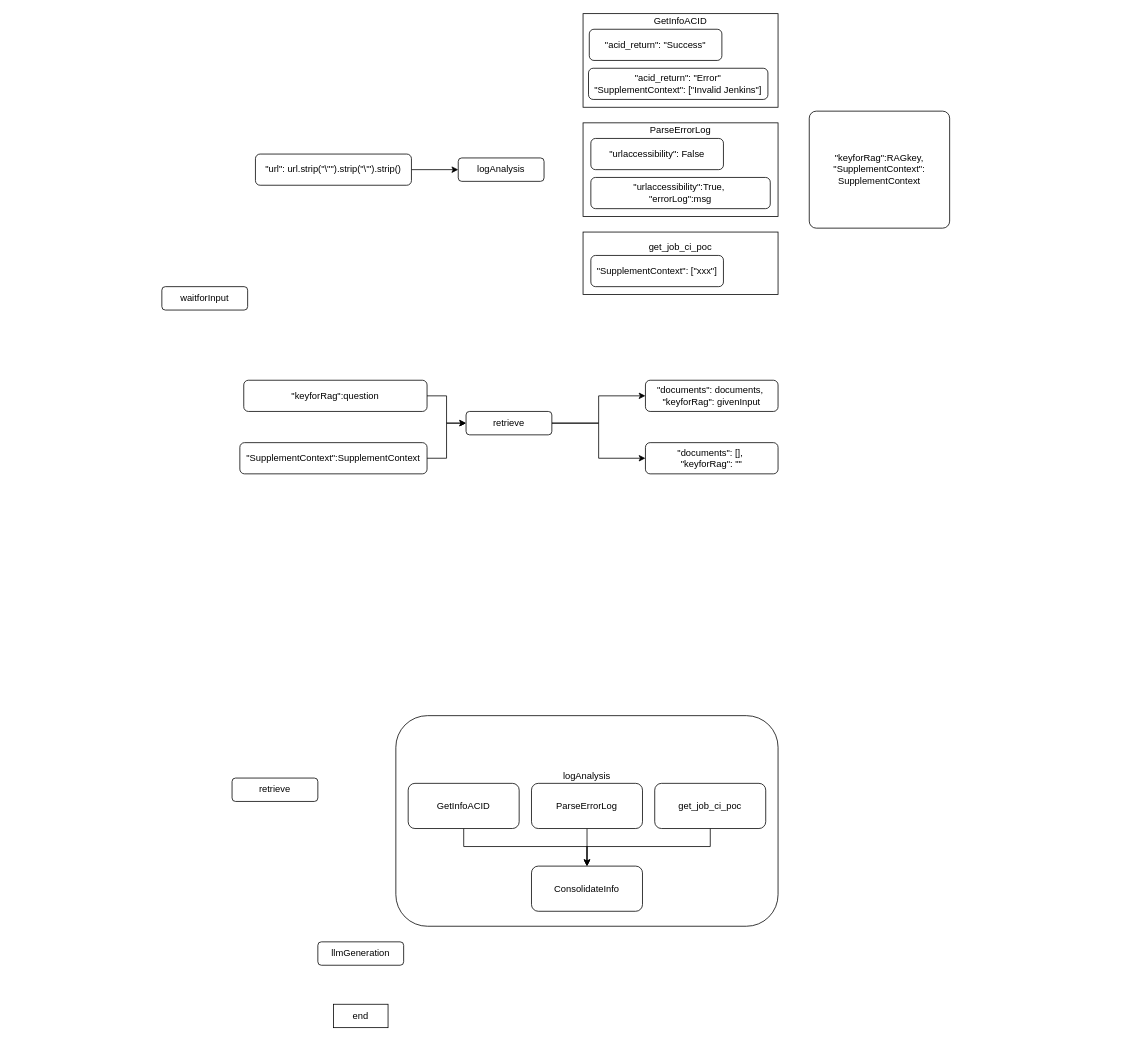
This is page "Page-2" (2 of 2) of AI.drawio from fengchutadie/diagram, a draw.io file, before an edit. Source tidied: cells renumbered, new cells numbered last; positions are measured from the earlier drawing's top-left corner, leaving out a move shared by most shapes. Both pictures are drawn from the tidied source at 78%, with x=0, y=0 at pixel (161, 13).
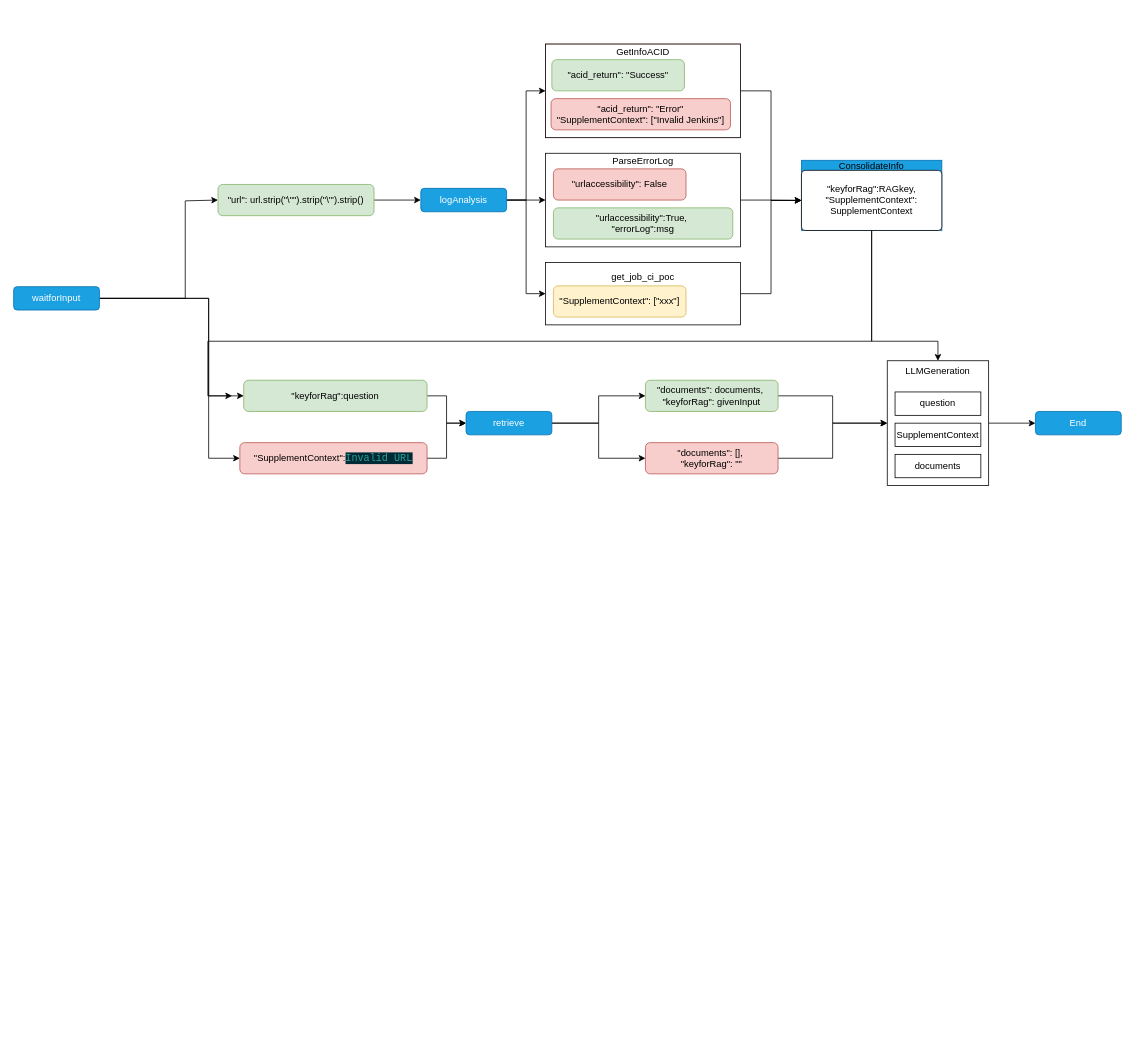
The same page after the edit.

Unchanged cells that the change refers to:
```xml
<mxCell id="28" value="&lt;div&gt;ParseErrorLog&lt;/div&gt;&lt;div&gt;&lt;br&gt;&lt;/div&gt;&lt;div&gt;&lt;br&gt;&lt;/div&gt;&lt;div&gt;&lt;br&gt;&lt;/div&gt;&lt;div&gt;&lt;br&gt;&lt;/div&gt;&lt;div&gt;&lt;br&gt;&lt;/div&gt;&lt;div&gt;&lt;br&gt;&lt;/div&gt;&lt;div&gt;&lt;br&gt;&lt;/div&gt;" style="rounded=0;whiteSpace=wrap;html=1;" parent="27" vertex="1">
  <mxGeometry width="250" height="120" as="geometry" />
</mxCell>
<mxCell id="32" value="&lt;div&gt;get_job_ci_poc&lt;/div&gt;&lt;div&gt;&lt;br&gt;&lt;/div&gt;&lt;div&gt;&lt;br&gt;&lt;/div&gt;&lt;div&gt;&lt;br&gt;&lt;/div&gt;" style="rounded=0;whiteSpace=wrap;html=1;" parent="31" vertex="1">
  <mxGeometry width="250" height="80" as="geometry" />
</mxCell>
<mxCell id="35" value="&lt;div&gt;GetInfoACID&lt;/div&gt;&lt;div&gt;&lt;br&gt;&lt;/div&gt;&lt;div&gt;&lt;br&gt;&lt;/div&gt;&lt;div&gt;&lt;br&gt;&lt;/div&gt;&lt;div&gt;&lt;br&gt;&lt;/div&gt;&lt;div&gt;&lt;br&gt;&lt;/div&gt;&lt;div&gt;&lt;br&gt;&lt;/div&gt;&lt;div&gt;&lt;br&gt;&lt;/div&gt;" style="rounded=0;whiteSpace=wrap;html=1;" parent="34" vertex="1">
  <mxGeometry width="250" height="120" as="geometry" />
</mxCell>
```

Diff of the diagram source:
```diff
@@
-    <mxCell id="2" value="end" style="rounded=0;whiteSpace=wrap;html=1;" parent="1" vertex="1">
-      <mxGeometry x="220" y="1270" width="70" height="30" as="geometry" />
-    </mxCell>
-    <mxCell id="3" value="llmGeneration" style="rounded=1;whiteSpace=wrap;html=1;" parent="1" vertex="1">
-      <mxGeometry x="200" y="1190" width="110" height="30" as="geometry" />
-    </mxCell>
-    <mxCell id="4" value="retrieve" style="rounded=1;whiteSpace=wrap;html=1;" parent="1" vertex="1">
-      <mxGeometry x="90" y="980" width="110" height="30" as="geometry" />
-    </mxCell>
-    <mxCell id="5" style="group;" parent="1" vertex="1">
-      <mxGeometry x="300" y="900" width="490" height="270" as="geometry" />
-    </mxCell>
-    <mxCell id="6" value="logAnalysis&lt;div&gt;&lt;br&gt;&lt;/div&gt;&lt;div&gt;&lt;br&gt;&lt;/div&gt;&lt;div&gt;&lt;br&gt;&lt;/div&gt;&lt;div&gt;&lt;br&gt;&lt;/div&gt;&lt;div&gt;&lt;br&gt;&lt;/div&gt;&lt;div&gt;&lt;br&gt;&lt;/div&gt;&lt;div&gt;&lt;br&gt;&lt;/div&gt;&lt;div&gt;&lt;br&gt;&lt;/div&gt;" style="rounded=1;whiteSpace=wrap;html=1;labelPosition=center;verticalLabelPosition=middle;align=center;verticalAlign=middle;" parent="5" vertex="1">
-      <mxGeometry width="490" height="270" as="geometry" />
-    </mxCell>
-    <mxCell id="7" style="edgeStyle=orthogonalEdgeStyle;rounded=0;jettySize=auto;html=1;entryX=0.5;entryY=0;entryDx=0;entryDy=0;" parent="5" edge="1" source="8" target="13">
-      <mxGeometry relative="1" as="geometry">
-        <Array as="points">
-          <mxPoint x="86.9" y="167.8" />
-          <mxPoint x="245" y="167.8" />
-        </Array>
-      </mxGeometry>
-    </mxCell>
-    <mxCell id="8" value="&lt;div&gt;&lt;span style=&quot;background-color: transparent; color: light-dark(rgb(0, 0, 0), rgb(255, 255, 255));&quot;&gt;GetInfoACID&lt;/span&gt;&lt;/div&gt;" style="rounded=1;whiteSpace=wrap;html=1;" parent="5" vertex="1">
-      <mxGeometry x="15.8" y="86.8" width="142.3" height="57.9" as="geometry" />
-    </mxCell>
-    <mxCell id="9" style="edgeStyle=orthogonalEdgeStyle;rounded=0;jettySize=auto;html=1;entryX=0.5;entryY=0;entryDx=0;entryDy=0;" parent="5" edge="1" source="10" target="13">
-      <mxGeometry relative="1" as="geometry" />
-    </mxCell>
-    <mxCell id="10" value="&lt;div&gt;&lt;span style=&quot;background-color: transparent; color: light-dark(rgb(0, 0, 0), rgb(255, 255, 255));&quot;&gt;ParseErrorLog&lt;/span&gt;&lt;/div&gt;" style="rounded=1;whiteSpace=wrap;html=1;" parent="5" vertex="1">
-      <mxGeometry x="173.9" y="86.8" width="142.3" height="57.9" as="geometry" />
-    </mxCell>
-    <mxCell id="11" style="edgeStyle=orthogonalEdgeStyle;rounded=0;jettySize=auto;html=1;entryX=0.5;entryY=0;entryDx=0;entryDy=0;" parent="5" edge="1" source="12" target="13">
-      <mxGeometry relative="1" as="geometry">
-        <Array as="points">
-          <mxPoint x="403.1" y="167.8" />
-          <mxPoint x="245" y="167.8" />
-        </Array>
-      </mxGeometry>
-    </mxCell>
-    <mxCell id="12" value="&lt;div&gt;&lt;span style=&quot;background-color: transparent; color: light-dark(rgb(0, 0, 0), rgb(255, 255, 255));&quot;&gt;get_job_ci_poc&lt;/span&gt;&lt;/div&gt;" style="rounded=1;whiteSpace=wrap;html=1;" parent="5" vertex="1">
-      <mxGeometry x="331.9" y="86.8" width="142.3" height="57.9" as="geometry" />
-    </mxCell>
-    <mxCell id="13" value="ConsolidateInfo" style="rounded=1;whiteSpace=wrap;html=1;" parent="5" vertex="1">
-      <mxGeometry x="173.9" y="192.9" width="142.3" height="57.9" as="geometry" />
-    </mxCell>
+    <mxCell id="39" style="edgeStyle=orthogonalEdgeStyle;rounded=0;jettySize=auto;html=1;entryX=0;entryY=0.5;entryDx=0;entryDy=0;" parent="1" edge="1" source="14" target="18">
+      <mxGeometry relative="1" as="geometry">
+        <Array as="points">
+          <mxPoint x="30" y="365" />
+          <mxPoint x="30" y="240" />
+        </Array>
+      </mxGeometry>
+    </mxCell>
+    <mxCell id="40" style="edgeStyle=orthogonalEdgeStyle;rounded=0;jettySize=auto;html=1;entryX=0;entryY=0.5;entryDx=0;entryDy=0;" parent="1" edge="1" source="14" target="20">
+      <mxGeometry relative="1" as="geometry">
+        <Array as="points">
+          <mxPoint x="60" y="365" />
+          <mxPoint x="60" y="490" />
+        </Array>
+      </mxGeometry>
+    </mxCell>
+    <mxCell id="41" style="edgeStyle=orthogonalEdgeStyle;rounded=0;jettySize=auto;html=1;entryX=0;entryY=0.5;entryDx=0;entryDy=0;" parent="1" edge="1" source="14" target="16">
+      <mxGeometry relative="1" as="geometry">
+        <Array as="points">
+          <mxPoint x="60" y="365" />
+          <mxPoint x="60" y="570" />
+        </Array>
+      </mxGeometry>
+    </mxCell>
-    <mxCell id="14" value="waitforInput" style="rounded=1;whiteSpace=wrap;html=1;" parent="1" vertex="1">
-      <mxGeometry y="350" width="110" height="30" as="geometry" />
+    <mxCell id="14" value="waitforInput" style="rounded=1;whiteSpace=wrap;html=1;fillColor=#1ba1e2;strokeColor=#006EAF;fontColor=#ffffff;" parent="1" vertex="1">
+      <mxGeometry x="-190" y="350" width="110" height="30" as="geometry" />
     </mxCell>
@@
-    <mxCell id="16" value="&quot;SupplementContext&quot;:SupplementContext" style="rounded=1;whiteSpace=wrap;html=1;" parent="1" vertex="1">
+    <mxCell id="16" value="&quot;SupplementContext&quot;:&lt;span style=&quot;color: rgb(42, 161, 152); background-color: rgb(0, 43, 54); font-family: Consolas, &amp;quot;Courier New&amp;quot;, monospace; font-size: 13px; white-space: pre;&quot;&gt;Invalid URL&lt;/span&gt;" style="rounded=1;whiteSpace=wrap;html=1;fillColor=#f8cecc;strokeColor=#b85450;" parent="1" vertex="1">
       <mxGeometry x="100" y="550" width="240" height="40" as="geometry" />
     </mxCell>
@@
-    <mxCell id="18" value="&quot;url&quot;: url.strip(&quot;\&quot;&quot;).strip(&quot;\'&quot;).strip()" style="rounded=1;whiteSpace=wrap;html=1;" parent="1" vertex="1">
-      <mxGeometry x="120" y="180" width="200" height="40" as="geometry" />
+    <mxCell id="18" value="&quot;url&quot;: url.strip(&quot;\&quot;&quot;).strip(&quot;\'&quot;).strip()" style="rounded=1;whiteSpace=wrap;html=1;fillColor=#d5e8d4;strokeColor=#82b366;" parent="1" vertex="1">
+      <mxGeometry x="72" y="219" width="200" height="40" as="geometry" />
     </mxCell>
@@
-    <mxCell id="20" value="&quot;keyforRag&quot;:question" style="rounded=1;whiteSpace=wrap;html=1;" parent="1" vertex="1">
+    <mxCell id="20" value="&quot;keyforRag&quot;:question" style="rounded=1;whiteSpace=wrap;html=1;fillColor=#d5e8d4;strokeColor=#82b366;" parent="1" vertex="1">
       <mxGeometry x="105" y="470" width="235" height="40" as="geometry" />
     </mxCell>
@@
-    <mxCell id="23" value="retrieve" style="rounded=1;whiteSpace=wrap;html=1;" parent="1" vertex="1">
+    <mxCell id="23" value="retrieve" style="rounded=1;whiteSpace=wrap;html=1;fillColor=#1ba1e2;fontColor=#ffffff;strokeColor=#006EAF;" parent="1" vertex="1">
       <mxGeometry x="390" y="510" width="110" height="30" as="geometry" />
     </mxCell>
+    <mxCell id="42" style="edgeStyle=orthogonalEdgeStyle;rounded=0;jettySize=auto;html=1;entryX=0;entryY=0.5;entryDx=0;entryDy=0;" parent="1" edge="1" source="24" target="53">
+      <mxGeometry relative="1" as="geometry" />
+    </mxCell>
-    <mxCell id="24" value="&quot;documents&quot;: documents,&amp;nbsp;&lt;br&gt;&lt;span style=&quot;background-color: transparent; color: light-dark(rgb(0, 0, 0), rgb(255, 255, 255));&quot;&gt;&quot;keyforRag&quot;: givenInput&lt;/span&gt;" style="rounded=1;whiteSpace=wrap;html=1;" parent="1" vertex="1">
+    <mxCell id="24" value="&quot;documents&quot;: documents,&amp;nbsp;&lt;br&gt;&lt;span style=&quot;background-color: transparent; color: light-dark(rgb(0, 0, 0), rgb(255, 255, 255));&quot;&gt;&quot;keyforRag&quot;: givenInput&lt;/span&gt;" style="rounded=1;whiteSpace=wrap;html=1;fillColor=#d5e8d4;strokeColor=#82b366;" parent="1" vertex="1">
       <mxGeometry x="620" y="470" width="170" height="40" as="geometry" />
     </mxCell>
+    <mxCell id="43" style="edgeStyle=orthogonalEdgeStyle;rounded=0;jettySize=auto;html=1;entryX=0;entryY=0.5;entryDx=0;entryDy=0;" parent="1" edge="1" source="25" target="53">
+      <mxGeometry relative="1" as="geometry" />
+    </mxCell>
-    <mxCell id="25" value="&quot;documents&quot;: [],&amp;nbsp;&lt;div&gt;&quot;keyforRag&quot;: &quot;&quot;&lt;/div&gt;" style="rounded=1;whiteSpace=wrap;html=1;" parent="1" vertex="1">
+    <mxCell id="25" value="&quot;documents&quot;: [],&amp;nbsp;&lt;div&gt;&quot;keyforRag&quot;: &quot;&quot;&lt;/div&gt;" style="rounded=1;whiteSpace=wrap;html=1;fillColor=#f8cecc;strokeColor=#b85450;" parent="1" vertex="1">
       <mxGeometry x="620" y="550" width="170" height="40" as="geometry" />
     </mxCell>
+    <mxCell id="44" style="edgeStyle=orthogonalEdgeStyle;rounded=0;jettySize=auto;html=1;entryX=0;entryY=0.5;entryDx=0;entryDy=0;" parent="1" edge="1" source="26" target="35">
+      <mxGeometry relative="1" as="geometry" />
+    </mxCell>
+    <mxCell id="45" style="edgeStyle=orthogonalEdgeStyle;rounded=0;jettySize=auto;html=1;entryX=0;entryY=0.5;entryDx=0;entryDy=0;" parent="1" edge="1" source="26" target="28">
+      <mxGeometry relative="1" as="geometry" />
+    </mxCell>
+    <mxCell id="46" style="edgeStyle=orthogonalEdgeStyle;rounded=0;jettySize=auto;html=1;entryX=0;entryY=0.5;entryDx=0;entryDy=0;" parent="1" edge="1" source="26" target="32">
+      <mxGeometry relative="1" as="geometry" />
+    </mxCell>
-    <mxCell id="26" value="logAnalysis" style="rounded=1;whiteSpace=wrap;html=1;" parent="1" vertex="1">
-      <mxGeometry x="380" y="185" width="110" height="30" as="geometry" />
+    <mxCell id="26" value="logAnalysis" style="rounded=1;whiteSpace=wrap;html=1;fillColor=#1ba1e2;fontColor=#ffffff;strokeColor=#006EAF;" parent="1" vertex="1">
+      <mxGeometry x="332" y="224" width="110" height="30" as="geometry" />
     </mxCell>
     <mxCell id="27" style="group;" parent="1" vertex="1">
-      <mxGeometry x="540" y="140" width="250" height="120" as="geometry" />
+      <mxGeometry x="492" y="179" width="250" height="120" as="geometry" />
     </mxCell>
@@
-    <mxCell id="29" value="&quot;urlaccessibility&quot;: False" style="rounded=1;whiteSpace=wrap;html=1;" parent="27" vertex="1">
+    <mxCell id="29" value="&quot;urlaccessibility&quot;: False" style="rounded=1;whiteSpace=wrap;html=1;fillColor=#f8cecc;strokeColor=#b85450;" parent="27" vertex="1">
       <mxGeometry x="10" y="20" width="170" height="40" as="geometry" />
     </mxCell>
-    <mxCell id="30" value="&quot;urlaccessibility&quot;:True,&amp;nbsp;&lt;div&gt;&quot;errorLog&quot;:msg&lt;/div&gt;" style="rounded=1;whiteSpace=wrap;html=1;" parent="27" vertex="1">
+    <mxCell id="30" value="&quot;urlaccessibility&quot;:True,&amp;nbsp;&lt;div&gt;&quot;errorLog&quot;:msg&lt;/div&gt;" style="rounded=1;whiteSpace=wrap;html=1;fillColor=#d5e8d4;strokeColor=#82b366;" parent="27" vertex="1">
       <mxGeometry x="10" y="70" width="230" height="40" as="geometry" />
     </mxCell>
     <mxCell id="31" style="group;" parent="1" vertex="1">
-      <mxGeometry x="540" y="280" width="250" height="80" as="geometry" />
+      <mxGeometry x="492" y="319" width="250" height="80" as="geometry" />
     </mxCell>
@@
-    <mxCell id="33" value="&quot;SupplementContext&quot;: [&quot;xxx&quot;]" style="rounded=1;whiteSpace=wrap;html=1;" parent="31" vertex="1">
+    <mxCell id="33" value="&quot;SupplementContext&quot;: [&quot;xxx&quot;]" style="rounded=1;whiteSpace=wrap;html=1;fillColor=#fff2cc;strokeColor=#d6b656;" parent="31" vertex="1">
       <mxGeometry x="10" y="30" width="170" height="40" as="geometry" />
     </mxCell>
-    <mxCell id="34" style="group;" parent="1" vertex="1">
-      <mxGeometry x="540" width="250" height="120" as="geometry" />
+    <mxCell id="34" style="group;fillColor=#f8cecc;strokeColor=#b85450;" parent="1" vertex="1">
+      <mxGeometry x="492" y="39" width="250" height="120" as="geometry" />
     </mxCell>
@@
-    <mxCell id="36" value="&quot;acid_return&quot;: &quot;Success&quot;" style="rounded=1;whiteSpace=wrap;html=1;" parent="34" vertex="1">
+    <mxCell id="36" value="&quot;acid_return&quot;: &quot;Success&quot;" style="rounded=1;whiteSpace=wrap;html=1;fillColor=#d5e8d4;strokeColor=#82b366;" parent="34" vertex="1">
       <mxGeometry x="8" y="20" width="170" height="40" as="geometry" />
     </mxCell>
-    <mxCell id="37" value="&quot;acid_return&quot;: &quot;Error&quot;&lt;div&gt;&amp;nbsp;&quot;SupplementContext&quot;: [&quot;Invalid Jenkins&quot;]&amp;nbsp;&lt;/div&gt;" style="rounded=1;whiteSpace=wrap;html=1;" parent="34" vertex="1">
+    <mxCell id="37" value="&quot;acid_return&quot;: &quot;Error&quot;&lt;div&gt;&amp;nbsp;&quot;SupplementContext&quot;: [&quot;Invalid Jenkins&quot;]&amp;nbsp;&lt;/div&gt;" style="rounded=1;whiteSpace=wrap;html=1;fillColor=#f8cecc;strokeColor=#b85450;" parent="34" vertex="1">
       <mxGeometry x="7" y="70" width="230" height="40" as="geometry" />
     </mxCell>
+    <mxCell id="47" style="group;fillColor=#1ba1e2;fontColor=#ffffff;strokeColor=#006EAF;" parent="1" vertex="1">
+      <mxGeometry x="820" y="188" width="180" height="90" as="geometry" />
+    </mxCell>
+    <mxCell id="48" style="edgeStyle=orthogonalEdgeStyle;rounded=0;jettySize=auto;html=1;" parent="47" edge="1" source="38">
+      <mxGeometry relative="1" as="geometry">
+        <mxPoint x="-730" y="302" as="targetPoint" />
+        <Array as="points">
+          <mxPoint x="90" y="232" />
+          <mxPoint x="-761" y="232" />
+        </Array>
+      </mxGeometry>
+    </mxCell>
-    <mxCell id="38" value="&lt;div&gt;&quot;keyforRag&quot;:RAGkey, &quot;SupplementContext&quot;: SupplementContext&lt;/div&gt;" style="rounded=1;whiteSpace=wrap;html=1;arcSize=6;" parent="1" vertex="1">
-      <mxGeometry x="830" y="125" width="180" height="150" as="geometry" />
+    <mxCell id="38" value="&lt;div&gt;&quot;keyforRag&quot;:RAGkey, &quot;SupplementContext&quot;: SupplementContext&lt;/div&gt;" style="rounded=1;whiteSpace=wrap;html=1;arcSize=6;" parent="47" vertex="1">
+      <mxGeometry y="12.9" width="180" height="77.1" as="geometry" />
     </mxCell>
+    <mxCell id="13" value="ConsolidateInfo" style="text;html=1;align=center;verticalAlign=middle;whiteSpace=wrap;rounded=0;" parent="47" vertex="1">
+      <mxGeometry x="40" width="100" height="15.4" as="geometry" />
+    </mxCell>
+    <mxCell id="49" style="edgeStyle=orthogonalEdgeStyle;rounded=0;jettySize=auto;html=1;entryX=0;entryY=0.5;entryDx=0;entryDy=0;" parent="1" edge="1" source="35" target="38">
+      <mxGeometry relative="1" as="geometry" />
+    </mxCell>
+    <mxCell id="50" style="edgeStyle=orthogonalEdgeStyle;rounded=0;jettySize=auto;html=1;entryX=0;entryY=0.5;entryDx=0;entryDy=0;" parent="1" edge="1" source="28" target="38">
+      <mxGeometry relative="1" as="geometry" />
+    </mxCell>
+    <mxCell id="51" style="edgeStyle=orthogonalEdgeStyle;rounded=0;jettySize=auto;html=1;entryX=0;entryY=0.5;entryDx=0;entryDy=0;" parent="1" edge="1" source="32" target="38">
+      <mxGeometry relative="1" as="geometry" />
+    </mxCell>
+    <mxCell id="52" style="group;" parent="1" vertex="1">
+      <mxGeometry x="930" y="445" width="130" height="160" as="geometry" />
+    </mxCell>
+    <mxCell id="53" value="LLMGeneration" style="rounded=0;whiteSpace=wrap;html=1;verticalAlign=top;" parent="52" vertex="1">
+      <mxGeometry width="130" height="160" as="geometry" />
+    </mxCell>
+    <mxCell id="54" value="SupplementContext" style="rounded=0;whiteSpace=wrap;html=1;" parent="52" vertex="1">
+      <mxGeometry x="10" y="80" width="110" height="30" as="geometry" />
+    </mxCell>
+    <mxCell id="55" value="question" style="rounded=0;whiteSpace=wrap;html=1;" parent="52" vertex="1">
+      <mxGeometry x="10" y="40" width="110" height="30" as="geometry" />
+    </mxCell>
+    <mxCell id="56" value="documents" style="rounded=0;whiteSpace=wrap;html=1;" parent="52" vertex="1">
+      <mxGeometry x="10" y="120" width="110" height="30" as="geometry" />
+    </mxCell>
+    <mxCell id="57" style="edgeStyle=orthogonalEdgeStyle;rounded=0;jettySize=auto;html=1;entryX=0.5;entryY=0;entryDx=0;entryDy=0;" parent="1" edge="1" source="38" target="53">
+      <mxGeometry relative="1" as="geometry">
+        <Array as="points">
+          <mxPoint x="910" y="420" />
+          <mxPoint x="995" y="420" />
+        </Array>
+      </mxGeometry>
+    </mxCell>
+    <mxCell id="58" value="End" style="rounded=1;whiteSpace=wrap;html=1;fillColor=#1ba1e2;strokeColor=#006EAF;fontColor=#ffffff;" parent="1" vertex="1">
+      <mxGeometry x="1120" y="510" width="110" height="30" as="geometry" />
+    </mxCell>
+    <mxCell id="59" style="edgeStyle=orthogonalEdgeStyle;rounded=0;jettySize=auto;html=1;entryX=0;entryY=0.5;entryDx=0;entryDy=0;" parent="1" edge="1" source="53" target="58">
+      <mxGeometry relative="1" as="geometry" />
+    </mxCell>
```
